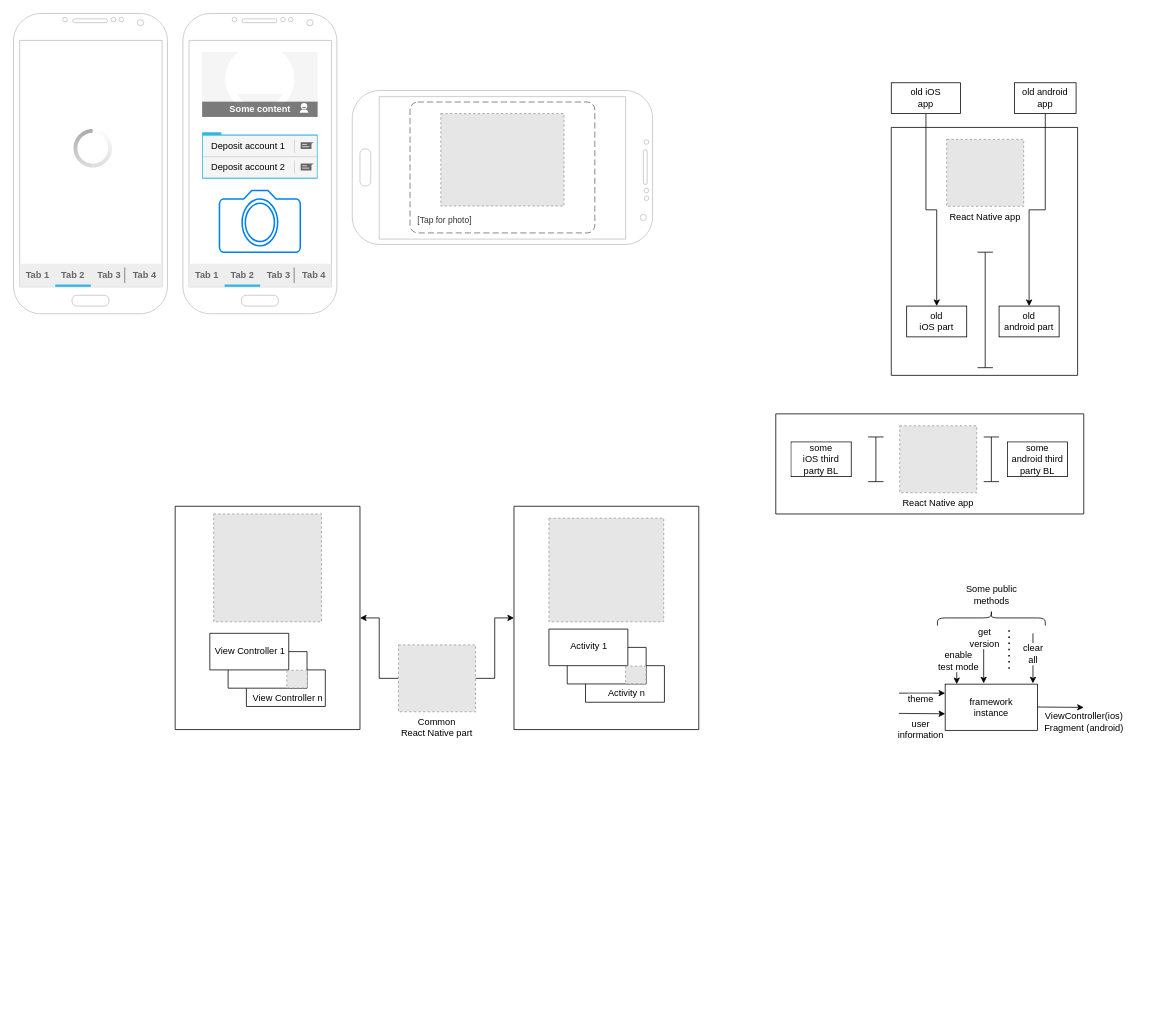
Before: MPM1.drawio in zakharov-dy/diagrams, a draw.io diagram. Source tidied: cells renumbered, new cells numbered last; positions are measured from the earlier drawing's top-left corner, leaving out a move shared by most shapes. Both pictures are drawn from the tidied source at 77%, with x=0, y=0 at pixel (13, 13). Pictures stored in the file or linked from it are replaced by grey dashed boxes.
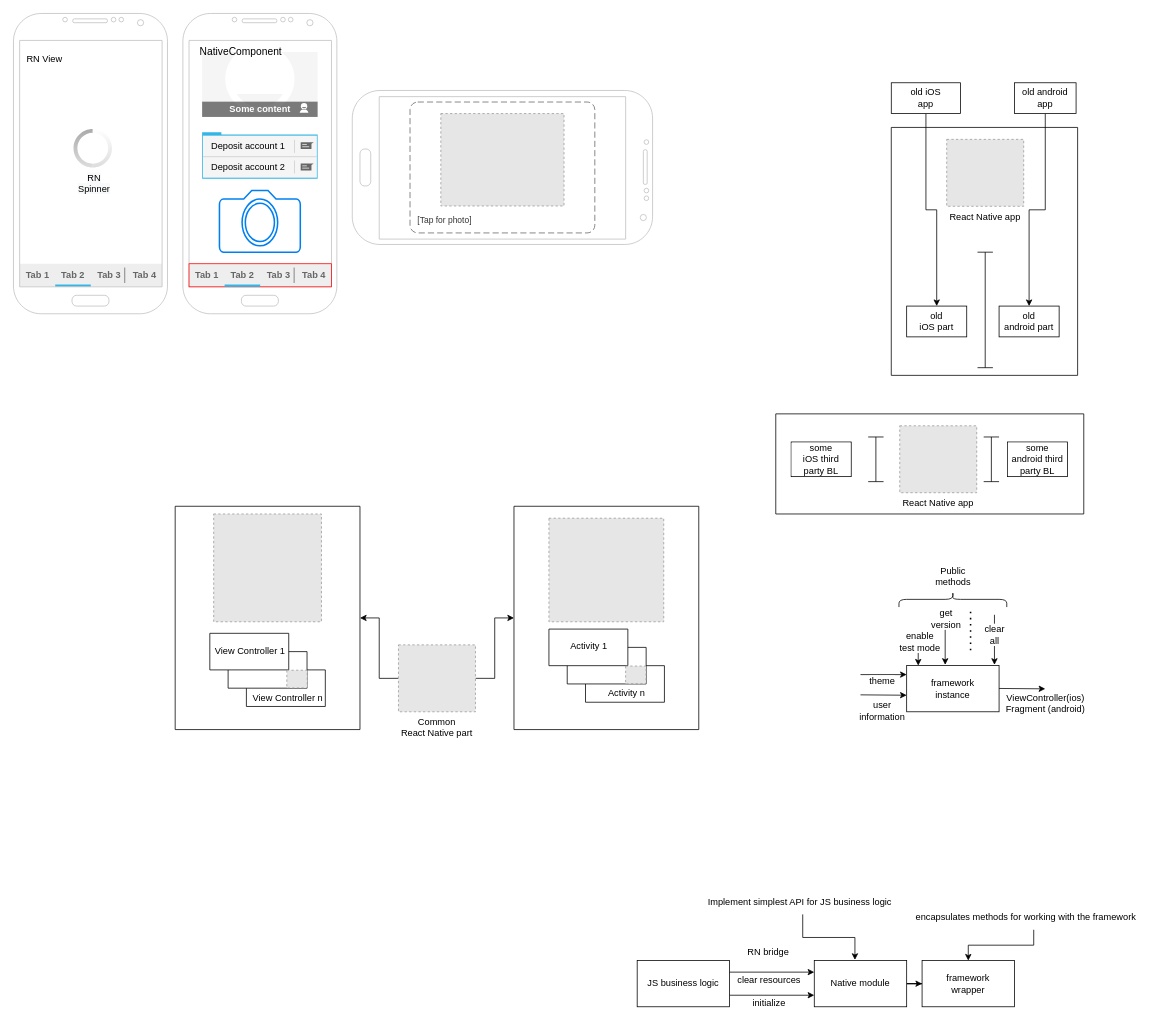
Above is the later version.

Unchanged cells that the change refers to:
```xml
<mxCell id="2" style="group;" parent="1" vertex="1">
  <mxGeometry width="200" height="390" as="geometry" />
</mxCell>
<mxCell id="12" style="group;" parent="1" vertex="1">
  <mxGeometry x="220" width="200" height="390" as="geometry" />
</mxCell>
<mxCell id="21" style="strokeWidth=1;html=1;shadow=0;dashed=0;shape=mxgraph.android.quick_contact;sketch=0;" parent="12" vertex="1">
  <mxGeometry x="25" y="50" width="150" height="165" as="geometry" />
</mxCell>
```

Change to the diagram source:
```diff
@@
-    <mxCell id="3" style="verticalLabelPosition=bottom;verticalAlign=top;html=1;shadow=0;dashed=0;strokeWidth=1;shape=mxgraph.android.phone2;strokeColor=#c0c0c0;" parent="2" vertex="1">
-      <mxGeometry width="200" height="390" as="geometry" />
-    </mxCell>
@@
+    <mxCell id="3" style="verticalLabelPosition=bottom;verticalAlign=top;html=1;shadow=0;dashed=0;strokeWidth=1;shape=mxgraph.android.phone2;strokeColor=#c0c0c0;" parent="2" vertex="1">
+      <mxGeometry width="200" height="390" as="geometry" />
+    </mxCell>
@@
+    <mxCell id="77" value="RN View" style="text;html=1;align=center;verticalAlign=middle;strokeColor=none;fillColor=none;fontSize=12;fontFamily=Helvetica;fontColor=default;" parent="2" vertex="1">
+      <mxGeometry x="10" y="50" width="60" height="20" as="geometry" />
+    </mxCell>
+    <mxCell id="78" value="&lt;span style=&quot;color: rgb(0 , 0 , 0) ; font-family: &amp;#34;helvetica&amp;#34; ; font-size: 12px ; font-style: normal ; font-weight: 400 ; letter-spacing: normal ; text-indent: 0px ; text-transform: none ; word-spacing: 0px ; background-color: rgb(248 , 249 , 250) ; display: inline ; float: none&quot;&gt;RN&lt;br&gt;Spinner&lt;/span&gt;" style="text;whiteSpace=wrap;html=1;fontSize=12;fontFamily=Helvetica;fontColor=default;align=center;" parent="2" vertex="1">
+      <mxGeometry x="70" y="200" width="70" height="30" as="geometry" />
+    </mxCell>
@@
-    <mxCell id="14" style="strokeWidth=1;html=1;shadow=0;dashed=0;shape=mxgraph.android.rrect;rSize=0;fillColor=#eeeeee;strokeColor=none;" parent="12" vertex="1">
+    <mxCell id="14" style="strokeWidth=1;html=1;shadow=0;dashed=0;shape=mxgraph.android.rrect;rSize=0;fillColor=#eeeeee;strokeColor=#FF0000;" parent="12" vertex="1">
       <mxGeometry x="8" y="325" width="185" height="30" as="geometry" />
     </mxCell>
@@
+    <mxCell id="79" value="&lt;span id=&quot;docs-internal-guid-2c0e8ebd-7fff-5eb9-b95c-8e6b82423e43&quot;&gt;&lt;span style=&quot;font-size: 10pt ; font-family: &amp;#34;arial&amp;#34; ; background-color: transparent ; vertical-align: baseline&quot;&gt;NativeComponent&lt;/span&gt;&lt;/span&gt;" style="text;html=1;align=center;verticalAlign=middle;strokeColor=none;fillColor=none;fontSize=12;fontFamily=Helvetica;fontColor=default;" parent="21" vertex="1">
+      <mxGeometry x="-10" y="-10" width="120" height="20" as="geometry" />
+    </mxCell>
@@
     <mxCell id="61" value="framework&lt;br&gt;instance" style="rounded=0;whiteSpace=wrap;html=1;labelBackgroundColor=default;fontFamily=Helvetica;fontSize=12;fontColor=default;strokeColor=default;fillColor=default;" parent="1" vertex="1">
-      <mxGeometry x="1210" y="871" width="120" height="60" as="geometry" />
+      <mxGeometry x="1160" y="846.9" width="120" height="60" as="geometry" />
     </mxCell>
     <mxCell id="62" style="endArrow=classic;html=1;rounded=0;fontFamily=Helvetica;fontSize=12;fontColor=default;" parent="1" edge="1">
       <mxGeometry relative="1" as="geometry">
-        <mxPoint x="1150" y="909" as="sourcePoint" />
-        <mxPoint x="1210" y="909.5" as="targetPoint" />
+        <mxPoint x="1100" y="884.9" as="sourcePoint" />
+        <mxPoint x="1160" y="885.4" as="targetPoint" />
       </mxGeometry>
     </mxCell>
@@
     <mxCell id="64" style="endArrow=classic;html=1;rounded=0;fontFamily=Helvetica;fontSize=12;fontColor=default;" parent="1" edge="1">
       <mxGeometry relative="1" as="geometry">
-        <mxPoint x="1330" y="900.7" as="sourcePoint" />
-        <mxPoint x="1390" y="901.2" as="targetPoint" />
+        <mxPoint x="1280" y="876.6" as="sourcePoint" />
+        <mxPoint x="1340" y="877.1" as="targetPoint" />
       </mxGeometry>
     </mxCell>
@@
     <mxCell id="66" style="endArrow=classic;html=1;rounded=0;fontFamily=Helvetica;fontSize=12;fontColor=default;entryX=0;entryY=0.25;entryDx=0;entryDy=0;" parent="1" edge="1">
       <mxGeometry relative="1" as="geometry">
-        <mxPoint x="1150" y="882.7" as="sourcePoint" />
-        <mxPoint x="1210" y="882.7" as="targetPoint" />
+        <mxPoint x="1100" y="858.6" as="sourcePoint" />
+        <mxPoint x="1160" y="858.6" as="targetPoint" />
       </mxGeometry>
     </mxCell>
@@
     <mxCell id="68" style="endArrow=classic;html=1;rounded=0;fontFamily=Helvetica;fontSize=12;fontColor=default;entryX=0.25;entryY=0;entryDx=0;entryDy=0;" parent="1" edge="1">
       <mxGeometry relative="1" as="geometry">
-        <mxPoint x="1225" y="830" as="sourcePoint" />
-        <mxPoint x="1225" y="871" as="targetPoint" />
+        <mxPoint x="1175" y="805.9" as="sourcePoint" />
+        <mxPoint x="1175" y="846.9" as="targetPoint" />
       </mxGeometry>
     </mxCell>
@@
     <mxCell id="70" style="endArrow=classic;html=1;rounded=0;fontFamily=Helvetica;fontSize=12;fontColor=default;" parent="1" edge="1">
       <mxGeometry relative="1" as="geometry">
-        <mxPoint x="1260" y="805" as="sourcePoint" />
-        <mxPoint x="1260" y="870" as="targetPoint" />
+        <mxPoint x="1210" y="780.9" as="sourcePoint" />
+        <mxPoint x="1210" y="845.9" as="targetPoint" />
       </mxGeometry>
     </mxCell>
@@
     <mxCell id="72" style="shape=curlyBracket;whiteSpace=wrap;html=1;rounded=1;flipH=1;labelBackgroundColor=default;fontFamily=Helvetica;fontSize=12;fontColor=default;strokeColor=default;fillColor=default;rotation=-90;" parent="1" vertex="1">
-      <mxGeometry x="1260" y="715" width="20" height="140" as="geometry" />
+      <mxGeometry x="1210" y="690.9" width="20" height="140" as="geometry" />
     </mxCell>
-    <mxCell id="73" value="Some public &lt;br&gt;methods" style="text;html=1;align=center;verticalAlign=middle;strokeColor=none;fillColor=none;fontSize=12;fontFamily=Helvetica;fontColor=default;" parent="1" vertex="1">
-      <mxGeometry x="1230" y="740" width="80" height="30" as="geometry" />
+    <mxCell id="73" value="Public &lt;br&gt;methods" style="text;html=1;align=center;verticalAlign=middle;strokeColor=none;fillColor=none;fontSize=12;fontFamily=Helvetica;fontColor=default;" parent="1" vertex="1">
+      <mxGeometry x="1190" y="715.9" width="60" height="30" as="geometry" />
     </mxCell>
     <mxCell id="74" style="endArrow=none;dashed=1;html=1;dashPattern=1 3;strokeWidth=2;rounded=0;fontFamily=Helvetica;fontSize=12;fontColor=default;" parent="1" edge="1">
       <mxGeometry relative="1" as="geometry">
-        <mxPoint x="1293" y="851" as="sourcePoint" />
-        <mxPoint x="1293" y="801" as="targetPoint" />
+        <mxPoint x="1243" y="826.9" as="sourcePoint" />
+        <mxPoint x="1243" y="776.9" as="targetPoint" />
       </mxGeometry>
     </mxCell>
     <mxCell id="75" style="endArrow=classic;html=1;rounded=0;fontFamily=Helvetica;fontSize=12;fontColor=default;" parent="1" edge="1">
       <mxGeometry relative="1" as="geometry">
-        <mxPoint x="1324" y="805" as="sourcePoint" />
-        <mxPoint x="1324" y="870" as="targetPoint" />
+        <mxPoint x="1274" y="780.9" as="sourcePoint" />
+        <mxPoint x="1274" y="845.9" as="targetPoint" />
       </mxGeometry>
     </mxCell>
@@
+    <mxCell id="80" style="endArrow=classic;html=1;rounded=0;fontFamily=Helvetica;fontSize=12;fontColor=default;entryX=0;entryY=0.75;entryDx=0;entryDy=0;exitX=1;exitY=0.75;exitDx=0;exitDy=0;" parent="1" edge="1" source="84" target="83">
+      <mxGeometry relative="1" as="geometry" />
+    </mxCell>
+    <mxCell id="81" value="initialize" style="edgeLabel;html=1;align=center;verticalAlign=middle;fontSize=12;fontFamily=Helvetica;fontColor=default;" parent="80" vertex="1">
+      <mxGeometry x="-0.56" y="2" relative="1" as="geometry">
+        <mxPoint x="26" y="12" as="offset" />
+      </mxGeometry>
+    </mxCell>
+    <mxCell id="82" style="edgeStyle=orthogonalEdgeStyle;rounded=0;jettySize=auto;html=1;fontFamily=Helvetica;fontSize=12;fontColor=default;" parent="1" edge="1" source="83" target="87">
+      <mxGeometry relative="1" as="geometry" />
+    </mxCell>
+    <mxCell id="83" value="Native module" style="whiteSpace=wrap;html=1;labelBackgroundColor=default;fontFamily=Helvetica;fontSize=12;fontColor=default;strokeColor=default;fillColor=default;" parent="1" vertex="1">
+      <mxGeometry x="1040" y="1230" width="120" height="60" as="geometry" />
+    </mxCell>
+    <mxCell id="84" value="JS&amp;nbsp;business logic" style="whiteSpace=wrap;html=1;labelBackgroundColor=default;fontFamily=Helvetica;fontSize=12;fontColor=default;strokeColor=default;fillColor=default;" parent="1" vertex="1">
+      <mxGeometry x="810" y="1230" width="120" height="60" as="geometry" />
+    </mxCell>
+    <mxCell id="85" style="endArrow=classic;html=1;rounded=0;fontFamily=Helvetica;fontSize=12;fontColor=default;entryX=0;entryY=0.25;entryDx=0;entryDy=0;exitX=1;exitY=0.25;exitDx=0;exitDy=0;" parent="1" edge="1" source="84" target="83">
+      <mxGeometry relative="1" as="geometry" />
+    </mxCell>
+    <mxCell id="86" value="clear resources" style="edgeLabel;html=1;align=center;verticalAlign=middle;fontSize=12;fontFamily=Helvetica;fontColor=default;" parent="85" vertex="1">
+      <mxGeometry x="-0.56" y="2" relative="1" as="geometry">
+        <mxPoint x="26" y="12" as="offset" />
+      </mxGeometry>
+    </mxCell>
+    <mxCell id="87" value="framework&lt;br&gt;wrapper" style="whiteSpace=wrap;html=1;labelBackgroundColor=default;fontFamily=Helvetica;fontSize=12;fontColor=default;strokeColor=default;fillColor=default;" parent="1" vertex="1">
+      <mxGeometry x="1180" y="1230" width="120" height="60" as="geometry" />
+    </mxCell>
+    <mxCell id="88" value="RN bridge" style="text;html=1;align=center;verticalAlign=middle;strokeColor=none;fillColor=none;fontSize=12;fontFamily=Helvetica;fontColor=default;" parent="1" vertex="1">
+      <mxGeometry x="945" y="1209" width="70" height="20" as="geometry" />
+    </mxCell>
+    <mxCell id="89" style="edgeStyle=orthogonalEdgeStyle;rounded=0;jettySize=auto;html=1;exitX=0.5;exitY=1;exitDx=0;exitDy=0;fontFamily=Helvetica;fontSize=12;fontColor=default;" parent="1" edge="1" source="90" target="87">
+      <mxGeometry relative="1" as="geometry" />
+    </mxCell>
+    <mxCell id="90" value="encapsulates methods for working with the framework" style="text;whiteSpace=wrap;html=1;fontSize=12;fontFamily=Helvetica;fontColor=default;" parent="1" vertex="1">
+      <mxGeometry x="1170" y="1160" width="310" height="30" as="geometry" />
+    </mxCell>
+    <mxCell id="91" style="edgeStyle=orthogonalEdgeStyle;rounded=0;jettySize=auto;html=1;exitX=0.5;exitY=1;exitDx=0;exitDy=0;entryX=0.44;entryY=-0.015;entryDx=0;entryDy=0;entryPerimeter=0;fontFamily=Helvetica;fontSize=12;fontColor=default;" parent="1" edge="1" source="92" target="83">
+      <mxGeometry relative="1" as="geometry" />
+    </mxCell>
+    <mxCell id="92" value="Implement simplest API for JS&amp;nbsp;&lt;span style=&quot;text-align: center ; background-color: rgb(255 , 255 , 255)&quot;&gt;business logic&lt;/span&gt;" style="text;whiteSpace=wrap;html=1;fontSize=12;fontFamily=Helvetica;fontColor=default;" parent="1" vertex="1">
+      <mxGeometry x="900" y="1140" width="250" height="30" as="geometry" />
+    </mxCell>
```
